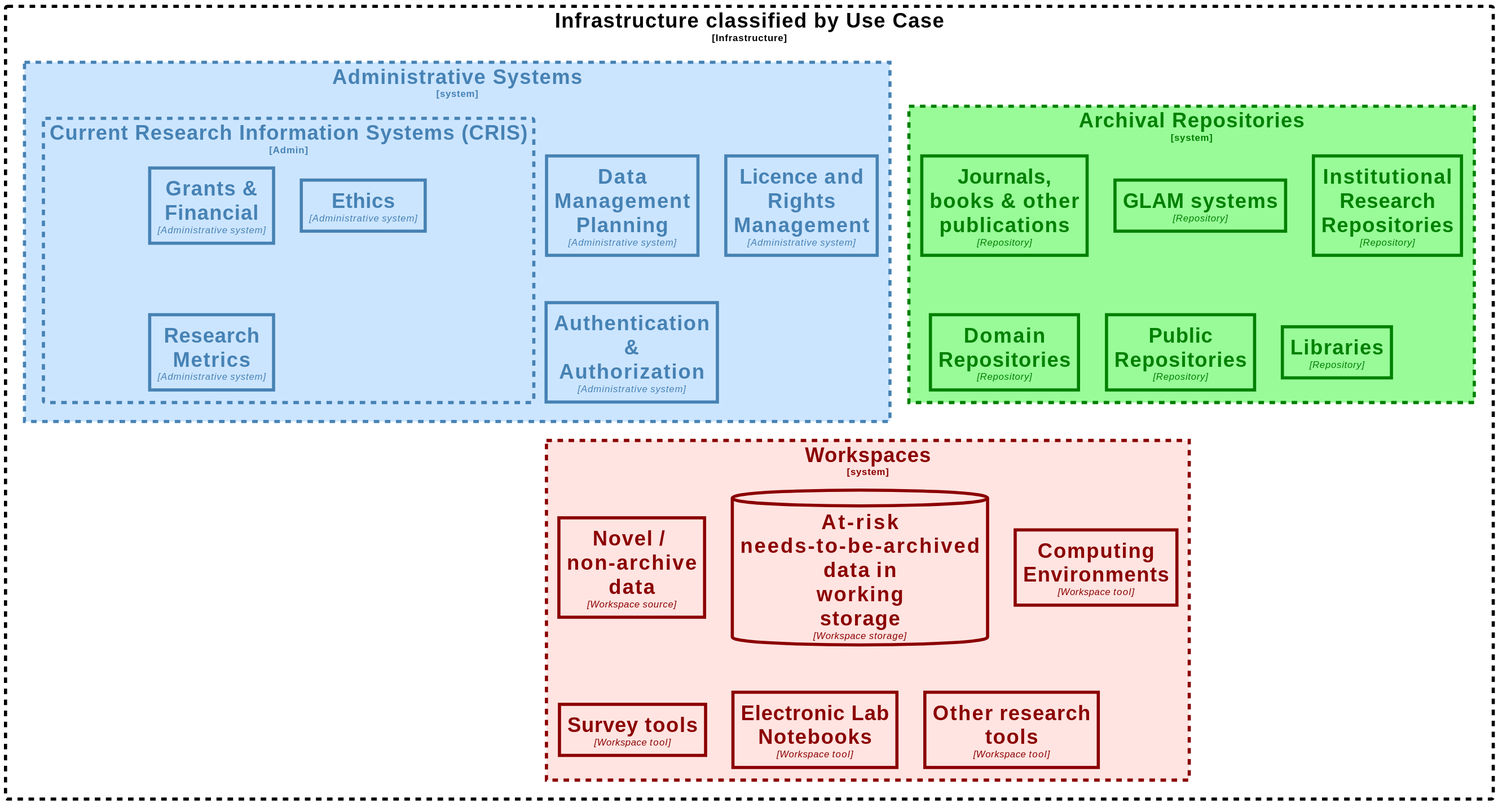
This is model-v2/infrastructure-layer-c4.svg from ptsefton/cdl-diagrams, a PlantUML export, as it was before one commit.
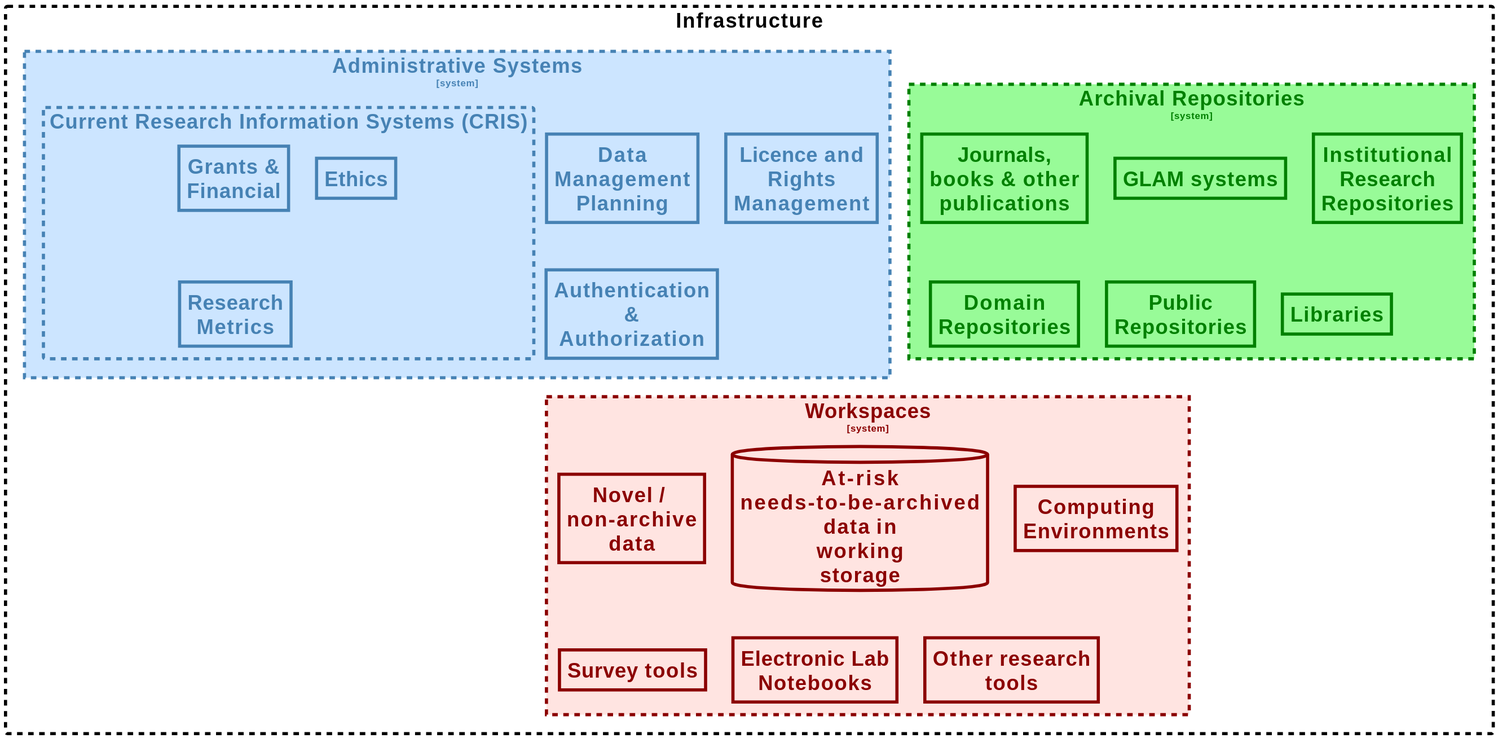
After the change.

Diff of the diagram source:
```diff
@@ -7,34 +7,34 @@
 
 LAYOUT_TOP_DOWN()
 
-Boundary(infra, "Infrastructure classified by Use Case", "Infrastructure", $tags="infra-main") {
-   System_Boundary(admin, "Administrative Systems", "Admin", $tags="infra-admin") {
-      Boundary(cris, "Current Research Information Systems (CRIS)", "Admin", $tags="infra-admin") {
-         Container(grants, "Grants & Financial", "Administrative system", $tags="infra-admin")
-         Container(ethics, "Ethics", "Administrative system", $tags="infra-admin")
-         Container(metrics, "Research Metrics", "Administrative system", $tags="infra-admin")
+Boundary(infra, "Infrastructure", "", $tags="infra-main") {
+   System_Boundary(admin, "Administrative Systems", "", $tags="infra-admin") {
+      Boundary(cris, "Current Research Information Systems (CRIS)", "", $tags="infra-admin") {
+         Container(grants, "Grants & Financial", "", $tags="infra-admin")
+         Container(ethics, "Ethics", "", $tags="infra-admin")
+         Container(metrics, "Research Metrics", "", $tags="infra-admin")
       }
-      Container(dmp, "Data Management Planning", "Administrative system", $tags="infra-admin")
-      Container(rights, "Licence and Rights\nManagement", "Administrative system", $tags="infra-admin")
-      Container(auth, "Authentication & Authorization", "Administrative system", $tags="infra-admin")
+      Container(dmp, "Data Management Planning", "", $tags="infra-admin")
+      Container(rights, "Licence and Rights\nManagement", "", $tags="infra-admin")
+      Container(auth, "Authentication & Authorization", "", $tags="infra-admin")
    }
 
-   System_Boundary(repo, "Archival Repositories", "Repository", $tags="infra-repository") {
-      Container(ja, "Journals, books & other publications", "Repository", $tags="infra-repository")
-      Container(glam, "GLAM systems", "Repository", $tags="infra-repository")
-      Container(irs, "Institutional Research\nRepositories", "Repository", $tags="infra-repository")
-      Container(domain_repo, "Domain Repositories", "Repository", $tags="infra-repository")
-      Container(pub, "Public Repositories", "Repository", $tags="infra-repository")
-      Container(lib, "Libraries", "Repository", $tags="infra-repository")
+   System_Boundary(repo, "Archival Repositories", "", $tags="infra-repository") {
+      Container(ja, "Journals, books & other publications", "", $tags="infra-repository")
+      Container(glam, "GLAM systems", "", $tags="infra-repository")
+      Container(irs, "Institutional Research\nRepositories", "", $tags="infra-repository")
+      Container(domain_repo, "Domain Repositories", "", $tags="infra-repository")
+      Container(pub, "Public Repositories", "", $tags="infra-repository")
+      Container(lib, "Libraries", "", $tags="infra-repository")
    }
 
-   System_Boundary(ws, "Workspaces", "Workspace", $tags="infra-workspace") {
-      Container(new_data, "Novel /\nnon-archive\ndata", "Workspace source", $tags="infra-workspace")
-      ContainerDb(risk, "At-risk needs-to-be-archived\ndata in working storage", "Workspace storage", $tags="infra-workspace")
-      Container(comp, "Computing Environments", "Workspace tool", $tags="infra-workspace")
-      Container(survey, "Survey tools", "Workspace tool", $tags="infra-workspace")
-      Container(eln, "Electronic Lab Notebooks", "Workspace tool", $tags="infra-workspace")
-      Container(other, "Other research tools", "Workspace tool", $tags="infra-workspace")
+   System_Boundary(ws, "Workspaces", "", $tags="infra-workspace") {
+      Container(new_data, "Novel /\nnon-archive\ndata", "", $tags="infra-workspace")
+      ContainerDb(risk, "At-risk needs-to-be-archived\ndata in working storage", "", $tags="infra-workspace")
+      Container(comp, "Computing Environments", "", $tags="infra-workspace")
+      Container(survey, "Survey tools", "", $tags="infra-workspace")
+      Container(eln, "Electronic Lab Notebooks", "", $tags="infra-workspace")
+      Container(other, "Other research tools", "", $tags="infra-workspace")
    }
 }
 @enduml
```
